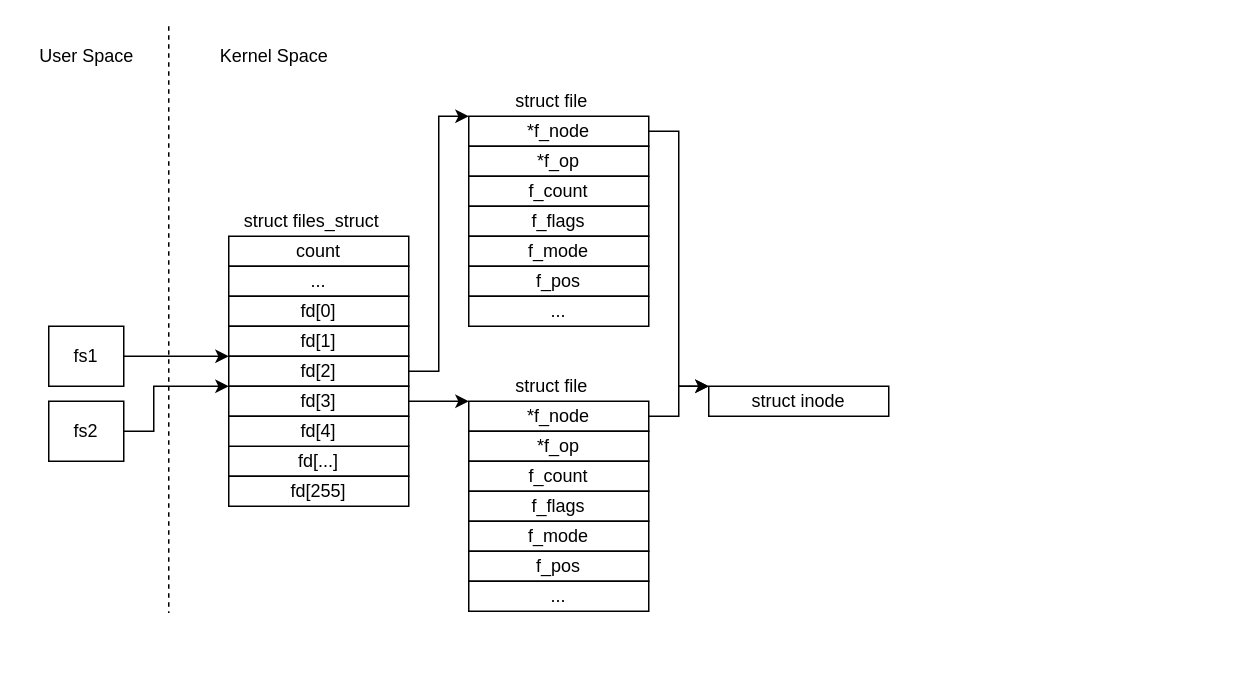
Earlier version of the draw.io diagram sixthTerm/open-fopen/docs/diagrams/prog2.drawio (kalashkovpaul/bmstu-os). Source tidied: cells renumbered, new cells numbered last; positions are measured from the earlier drawing's top-left corner, leaving out a move shared by most shapes. Both pictures are drawn from the tidied source at 150%, with x=0, y=0 at pixel (26, 26).
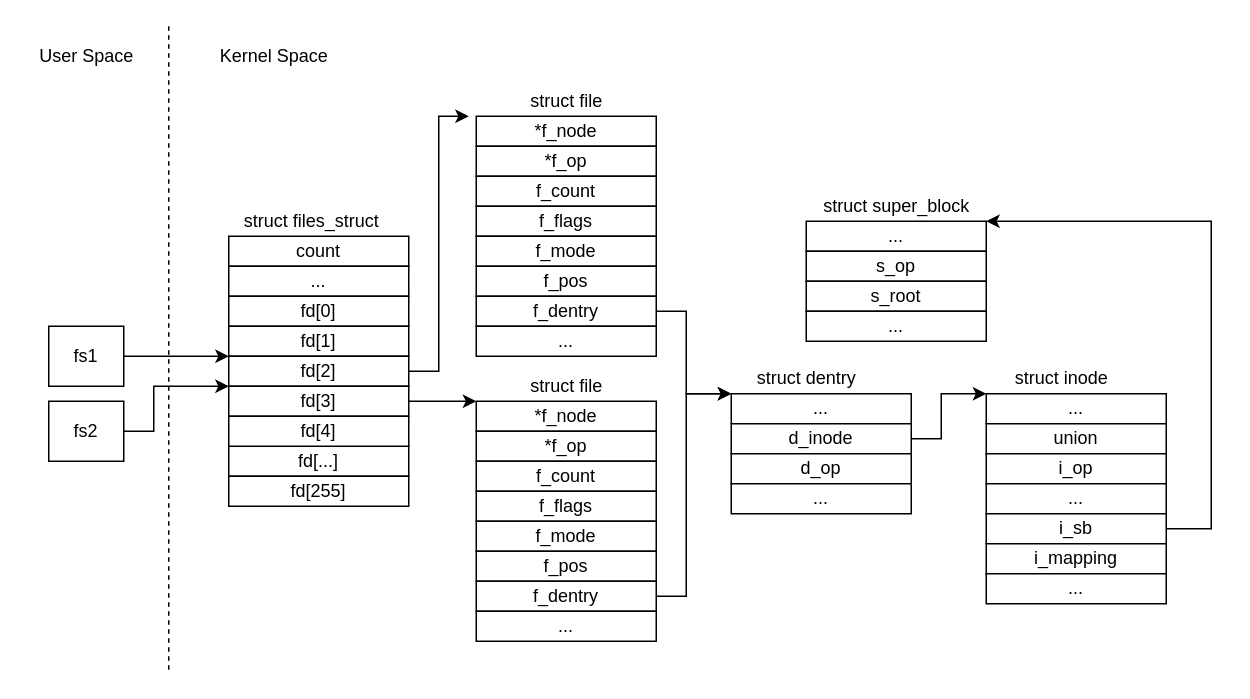
After the change.

Unchanged cells that the change refers to:
```xml
<mxCell id="25" value="fd[2]" style="whiteSpace=wrap;html=1;" parent="1" vertex="1">
  <mxGeometry x="135" y="220" width="120" height="20" as="geometry" />
</mxCell>
<mxCell id="27" value="fd[3]" style="whiteSpace=wrap;html=1;" parent="1" vertex="1">
  <mxGeometry x="135" y="240" width="120" height="20" as="geometry" />
</mxCell>
```

Diff of the diagram source:
```diff
@@
     <mxCell id="6" style="edgeStyle=none;rounded=0;html=1;endArrow=none;endFill=0;dashed=1;" parent="1" edge="1">
       <mxGeometry relative="1" as="geometry">
         <mxPoint x="95" as="sourcePoint" />
-        <mxPoint x="95" y="391.2" as="targetPoint" />
+        <mxPoint x="95" y="430" as="targetPoint" />
       </mxGeometry>
     </mxCell>
@@
-    <mxCell id="14" style="edgeStyle=none;rounded=0;html=1;exitX=1;exitY=0.5;exitDx=0;exitDy=0;entryX=0;entryY=0;entryDx=0;entryDy=0;" parent="1" edge="1" source="15" target="22">
-      <mxGeometry relative="1" as="geometry">
-        <Array as="points">
-          <mxPoint x="435" y="260" />
-          <mxPoint x="435" y="240" />
-        </Array>
-      </mxGeometry>
-    </mxCell>
-    <mxCell id="15" value="*f_node" style="whiteSpace=wrap;html=1;" parent="1" vertex="1">
-      <mxGeometry x="295" y="250" width="120" height="20" as="geometry" />
-    </mxCell>
-    <mxCell id="16" value="*f_op" style="whiteSpace=wrap;html=1;" parent="1" vertex="1">
-      <mxGeometry x="295" y="270" width="120" height="20" as="geometry" />
-    </mxCell>
-    <mxCell id="17" value="f_count" style="whiteSpace=wrap;html=1;" parent="1" vertex="1">
-      <mxGeometry x="295" y="290" width="120" height="20" as="geometry" />
-    </mxCell>
-    <mxCell id="18" value="f_flags" style="whiteSpace=wrap;html=1;" parent="1" vertex="1">
-      <mxGeometry x="295" y="310" width="120" height="20" as="geometry" />
-    </mxCell>
-    <mxCell id="19" value="f_mode" style="whiteSpace=wrap;html=1;" parent="1" vertex="1">
-      <mxGeometry x="295" y="330" width="120" height="20" as="geometry" />
-    </mxCell>
-    <mxCell id="20" value="f_pos" style="whiteSpace=wrap;html=1;" parent="1" vertex="1">
-      <mxGeometry x="295" y="350" width="120" height="20" as="geometry" />
-    </mxCell>
-    <mxCell id="21" value="..." style="whiteSpace=wrap;html=1;" parent="1" vertex="1">
-      <mxGeometry x="295" y="370" width="120" height="20" as="geometry" />
-    </mxCell>
-    <mxCell id="22" value="struct inode" style="whiteSpace=wrap;html=1;" parent="1" vertex="1">
-      <mxGeometry x="455" y="240" width="120" height="20" as="geometry" />
-    </mxCell>
@@
-    <mxCell id="24" style="edgeStyle=none;rounded=0;html=1;exitX=1;exitY=0.5;exitDx=0;exitDy=0;entryX=0;entryY=0;entryDx=0;entryDy=0;" parent="1" edge="1" source="25" target="30">
+    <mxCell id="24" style="edgeStyle=none;rounded=0;html=1;exitX=1;exitY=0.5;exitDx=0;exitDy=0;entryX=0;entryY=0;entryDx=0;entryDy=0;" parent="1" edge="1" source="25">
       <mxGeometry relative="1" as="geometry">
+        <mxPoint x="295" y="60" as="targetPoint" />
         <Array as="points">
           <mxPoint x="275" y="230" />
           <mxPoint x="275" y="60" />
         </Array>
       </mxGeometry>
     </mxCell>
@@
-    <mxCell id="26" style="edgeStyle=none;rounded=0;html=1;exitX=1;exitY=0.5;exitDx=0;exitDy=0;entryX=0;entryY=0;entryDx=0;entryDy=0;" parent="1" edge="1" source="27" target="15">
+    <mxCell id="26" style="edgeStyle=none;rounded=0;html=1;exitX=1;exitY=0.5;exitDx=0;exitDy=0;entryX=0;entryY=0;entryDx=0;entryDy=0;" parent="1" edge="1" source="27" target="40">
       <mxGeometry relative="1" as="geometry" />
     </mxCell>
@@
-    <mxCell id="29" style="edgeStyle=none;html=1;exitX=1;exitY=0.5;exitDx=0;exitDy=0;entryX=0;entryY=0;entryDx=0;entryDy=0;rounded=0;" parent="1" edge="1" source="30" target="22">
-      <mxGeometry relative="1" as="geometry">
-        <Array as="points">
-          <mxPoint x="435" y="70" />
-          <mxPoint x="435" y="240" />
-        </Array>
-      </mxGeometry>
-    </mxCell>
-    <mxCell id="30" value="*f_node" style="whiteSpace=wrap;html=1;" parent="1" vertex="1">
-      <mxGeometry x="295" y="60" width="120" height="20" as="geometry" />
-    </mxCell>
-    <mxCell id="31" value="*f_op" style="whiteSpace=wrap;html=1;" parent="1" vertex="1">
-      <mxGeometry x="295" y="80" width="120" height="20" as="geometry" />
-    </mxCell>
-    <mxCell id="32" value="f_count" style="whiteSpace=wrap;html=1;" parent="1" vertex="1">
-      <mxGeometry x="295" y="100" width="120" height="20" as="geometry" />
-    </mxCell>
-    <mxCell id="33" value="f_flags" style="whiteSpace=wrap;html=1;" parent="1" vertex="1">
-      <mxGeometry x="295" y="120" width="120" height="20" as="geometry" />
-    </mxCell>
-    <mxCell id="34" value="f_mode" style="whiteSpace=wrap;html=1;" parent="1" vertex="1">
-      <mxGeometry x="295" y="140" width="120" height="20" as="geometry" />
-    </mxCell>
-    <mxCell id="35" value="f_pos" style="whiteSpace=wrap;html=1;" parent="1" vertex="1">
-      <mxGeometry x="295" y="160" width="120" height="20" as="geometry" />
-    </mxCell>
-    <mxCell id="36" value="..." style="whiteSpace=wrap;html=1;" parent="1" vertex="1">
-      <mxGeometry x="295" y="180" width="120" height="20" as="geometry" />
-    </mxCell>
-    <mxCell id="37" value="struct file" style="text;html=1;align=center;verticalAlign=middle;fillColor=none;strokeColor=none;rounded=0;" parent="1" vertex="1">
-      <mxGeometry x="320" y="230" width="60" height="20" as="geometry" />
-    </mxCell>
-    <mxCell id="38" value="struct file" style="text;html=1;align=center;verticalAlign=middle;fillColor=none;strokeColor=none;rounded=0;" parent="1" vertex="1">
-      <mxGeometry x="320" y="40" width="60" height="20" as="geometry" />
-    </mxCell>
@@
+    <mxCell id="40" value="*f_node" style="whiteSpace=wrap;html=1;" parent="1" vertex="1">
+      <mxGeometry x="300" y="250" width="120" height="20" as="geometry" />
+    </mxCell>
+    <mxCell id="41" value="*f_op" style="whiteSpace=wrap;html=1;" parent="1" vertex="1">
+      <mxGeometry x="300" y="270" width="120" height="20" as="geometry" />
+    </mxCell>
+    <mxCell id="42" value="f_count" style="whiteSpace=wrap;html=1;" parent="1" vertex="1">
+      <mxGeometry x="300" y="290" width="120" height="20" as="geometry" />
+    </mxCell>
+    <mxCell id="43" value="f_flags" style="whiteSpace=wrap;html=1;" parent="1" vertex="1">
+      <mxGeometry x="300" y="310" width="120" height="20" as="geometry" />
+    </mxCell>
+    <mxCell id="44" value="f_mode" style="whiteSpace=wrap;html=1;" parent="1" vertex="1">
+      <mxGeometry x="300" y="330" width="120" height="20" as="geometry" />
+    </mxCell>
+    <mxCell id="45" value="f_pos" style="whiteSpace=wrap;html=1;" parent="1" vertex="1">
+      <mxGeometry x="300" y="350" width="120" height="20" as="geometry" />
+    </mxCell>
+    <mxCell id="46" style="edgeStyle=none;rounded=0;html=1;exitX=1;exitY=0.5;exitDx=0;exitDy=0;entryX=0;entryY=0;entryDx=0;entryDy=0;endArrow=classic;endFill=1;" parent="1" edge="1" source="47" target="51">
+      <mxGeometry relative="1" as="geometry">
+        <Array as="points">
+          <mxPoint x="440" y="380" />
+          <mxPoint x="440" y="245" />
+        </Array>
+      </mxGeometry>
+    </mxCell>
+    <mxCell id="47" value="f_dentry" style="whiteSpace=wrap;html=1;" parent="1" vertex="1">
+      <mxGeometry x="300" y="370" width="120" height="20" as="geometry" />
+    </mxCell>
+    <mxCell id="48" value="..." style="whiteSpace=wrap;html=1;" parent="1" vertex="1">
+      <mxGeometry x="640" y="245" width="120" height="20" as="geometry" />
+    </mxCell>
+    <mxCell id="49" value="struct file" style="text;html=1;align=center;verticalAlign=middle;fillColor=none;strokeColor=none;rounded=0;" parent="1" vertex="1">
+      <mxGeometry x="330" y="230" width="60" height="20" as="geometry" />
+    </mxCell>
+    <mxCell id="50" value="..." style="whiteSpace=wrap;html=1;" parent="1" vertex="1">
+      <mxGeometry x="300" y="390" width="120" height="20" as="geometry" />
+    </mxCell>
+    <mxCell id="51" value="..." style="whiteSpace=wrap;html=1;" parent="1" vertex="1">
+      <mxGeometry x="470" y="245" width="120" height="20" as="geometry" />
+    </mxCell>
+    <mxCell id="52" style="edgeStyle=none;rounded=0;html=1;exitX=1;exitY=0.5;exitDx=0;exitDy=0;entryX=0;entryY=0;entryDx=0;entryDy=0;endArrow=classic;endFill=1;" parent="1" edge="1" source="53" target="48">
+      <mxGeometry relative="1" as="geometry">
+        <Array as="points">
+          <mxPoint x="610" y="275" />
+          <mxPoint x="610" y="245" />
+        </Array>
+      </mxGeometry>
+    </mxCell>
+    <mxCell id="53" value="d_inode" style="whiteSpace=wrap;html=1;" parent="1" vertex="1">
+      <mxGeometry x="470" y="265" width="120" height="20" as="geometry" />
+    </mxCell>
+    <mxCell id="54" value="d_op" style="whiteSpace=wrap;html=1;" parent="1" vertex="1">
+      <mxGeometry x="470" y="285" width="120" height="20" as="geometry" />
+    </mxCell>
+    <mxCell id="55" value="struct dentry" style="text;html=1;align=center;verticalAlign=middle;fillColor=none;strokeColor=none;rounded=0;" parent="1" vertex="1">
+      <mxGeometry x="480" y="225" width="80" height="20" as="geometry" />
+    </mxCell>
+    <mxCell id="56" value="union" style="whiteSpace=wrap;html=1;" parent="1" vertex="1">
+      <mxGeometry x="640" y="265" width="120" height="20" as="geometry" />
+    </mxCell>
+    <mxCell id="57" value="i_op" style="whiteSpace=wrap;html=1;" parent="1" vertex="1">
+      <mxGeometry x="640" y="285" width="120" height="20" as="geometry" />
+    </mxCell>
+    <mxCell id="58" value="..." style="whiteSpace=wrap;html=1;" parent="1" vertex="1">
+      <mxGeometry x="640" y="305" width="120" height="20" as="geometry" />
+    </mxCell>
+    <mxCell id="59" value="..." style="whiteSpace=wrap;html=1;" parent="1" vertex="1">
+      <mxGeometry x="470" y="305" width="120" height="20" as="geometry" />
+    </mxCell>
+    <mxCell id="60" style="edgeStyle=none;rounded=0;html=1;exitX=1;exitY=0.5;exitDx=0;exitDy=0;entryX=1;entryY=0;entryDx=0;entryDy=0;endArrow=classic;endFill=1;" parent="1" edge="1" source="61" target="64">
+      <mxGeometry relative="1" as="geometry">
+        <Array as="points">
+          <mxPoint x="790" y="335" />
+          <mxPoint x="790" y="130" />
+        </Array>
+      </mxGeometry>
+    </mxCell>
+    <mxCell id="61" value="i_sb" style="whiteSpace=wrap;html=1;" parent="1" vertex="1">
+      <mxGeometry x="640" y="325" width="120" height="20" as="geometry" />
+    </mxCell>
+    <mxCell id="62" value="i_mapping" style="whiteSpace=wrap;html=1;" parent="1" vertex="1">
+      <mxGeometry x="640" y="345" width="120" height="20" as="geometry" />
+    </mxCell>
+    <mxCell id="63" value="..." style="whiteSpace=wrap;html=1;" parent="1" vertex="1">
+      <mxGeometry x="640" y="365" width="120" height="20" as="geometry" />
+    </mxCell>
+    <mxCell id="22" value="struct inode" style="text;html=1;align=center;verticalAlign=middle;points=[];fillColor=none;strokeColor=none;rounded=0;" parent="1" vertex="1">
+      <mxGeometry x="650" y="225" width="80" height="20" as="geometry" />
+    </mxCell>
+    <mxCell id="64" value="..." style="whiteSpace=wrap;html=1;" parent="1" vertex="1">
+      <mxGeometry x="520" y="130" width="120" height="20" as="geometry" />
+    </mxCell>
+    <mxCell id="65" value="s_op" style="whiteSpace=wrap;html=1;" parent="1" vertex="1">
+      <mxGeometry x="520" y="150" width="120" height="20" as="geometry" />
+    </mxCell>
+    <mxCell id="66" value="s_root" style="whiteSpace=wrap;html=1;" parent="1" vertex="1">
+      <mxGeometry x="520" y="170" width="120" height="20" as="geometry" />
+    </mxCell>
+    <mxCell id="67" value="..." style="whiteSpace=wrap;html=1;" parent="1" vertex="1">
+      <mxGeometry x="520" y="190" width="120" height="20" as="geometry" />
+    </mxCell>
+    <mxCell id="68" value="struct super_block" style="text;html=1;align=center;verticalAlign=middle;fillColor=none;strokeColor=none;rounded=0;" parent="1" vertex="1">
+      <mxGeometry x="525" y="110" width="110" height="20" as="geometry" />
+    </mxCell>
+    <mxCell id="69" value="*f_node" style="whiteSpace=wrap;html=1;" parent="1" vertex="1">
+      <mxGeometry x="300" y="60" width="120" height="20" as="geometry" />
+    </mxCell>
+    <mxCell id="70" value="*f_op" style="whiteSpace=wrap;html=1;" parent="1" vertex="1">
+      <mxGeometry x="300" y="80" width="120" height="20" as="geometry" />
+    </mxCell>
+    <mxCell id="71" value="f_count" style="whiteSpace=wrap;html=1;" parent="1" vertex="1">
+      <mxGeometry x="300" y="100" width="120" height="20" as="geometry" />
+    </mxCell>
+    <mxCell id="72" value="f_flags" style="whiteSpace=wrap;html=1;" parent="1" vertex="1">
+      <mxGeometry x="300" y="120" width="120" height="20" as="geometry" />
+    </mxCell>
+    <mxCell id="73" value="f_mode" style="whiteSpace=wrap;html=1;" parent="1" vertex="1">
+      <mxGeometry x="300" y="140" width="120" height="20" as="geometry" />
+    </mxCell>
+    <mxCell id="74" value="f_pos" style="whiteSpace=wrap;html=1;" parent="1" vertex="1">
+      <mxGeometry x="300" y="160" width="120" height="20" as="geometry" />
+    </mxCell>
+    <mxCell id="75" style="edgeStyle=none;rounded=0;html=1;exitX=1;exitY=0.5;exitDx=0;exitDy=0;entryX=0;entryY=0;entryDx=0;entryDy=0;" parent="1" edge="1" source="76" target="51">
+      <mxGeometry relative="1" as="geometry">
+        <Array as="points">
+          <mxPoint x="440" y="190" />
+          <mxPoint x="440" y="245" />
+        </Array>
+      </mxGeometry>
+    </mxCell>
+    <mxCell id="76" value="f_dentry" style="whiteSpace=wrap;html=1;" parent="1" vertex="1">
+      <mxGeometry x="300" y="180" width="120" height="20" as="geometry" />
+    </mxCell>
+    <mxCell id="77" value="struct file" style="text;html=1;align=center;verticalAlign=middle;fillColor=none;strokeColor=none;rounded=0;" parent="1" vertex="1">
+      <mxGeometry x="330" y="40" width="60" height="20" as="geometry" />
+    </mxCell>
+    <mxCell id="78" value="..." style="whiteSpace=wrap;html=1;" parent="1" vertex="1">
+      <mxGeometry x="300" y="200" width="120" height="20" as="geometry" />
+    </mxCell>
```
